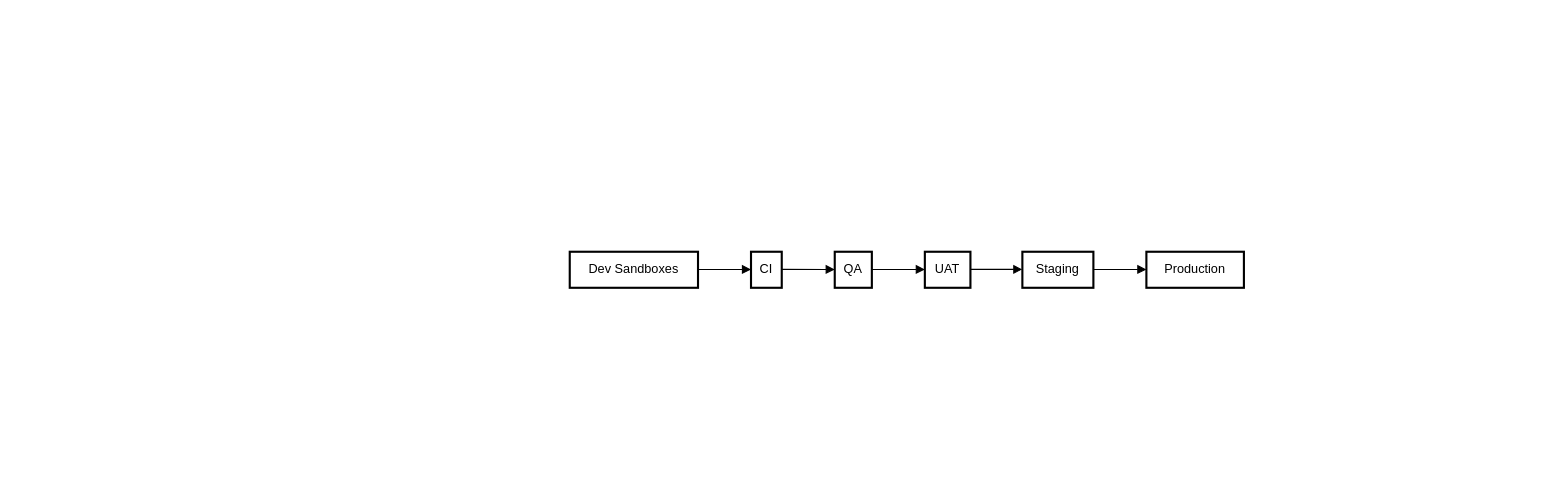
Earlier version of the draw.io diagram phase-two-pipeline.drawio (pettll/diagrams). Source tidied: cells renumbered, new cells numbered last; positions are measured from the earlier drawing's top-left corner, leaving out a move shared by most shapes. Both pictures are drawn from the tidied source at 106%, with x=0, y=0 at pixel (569, 251).
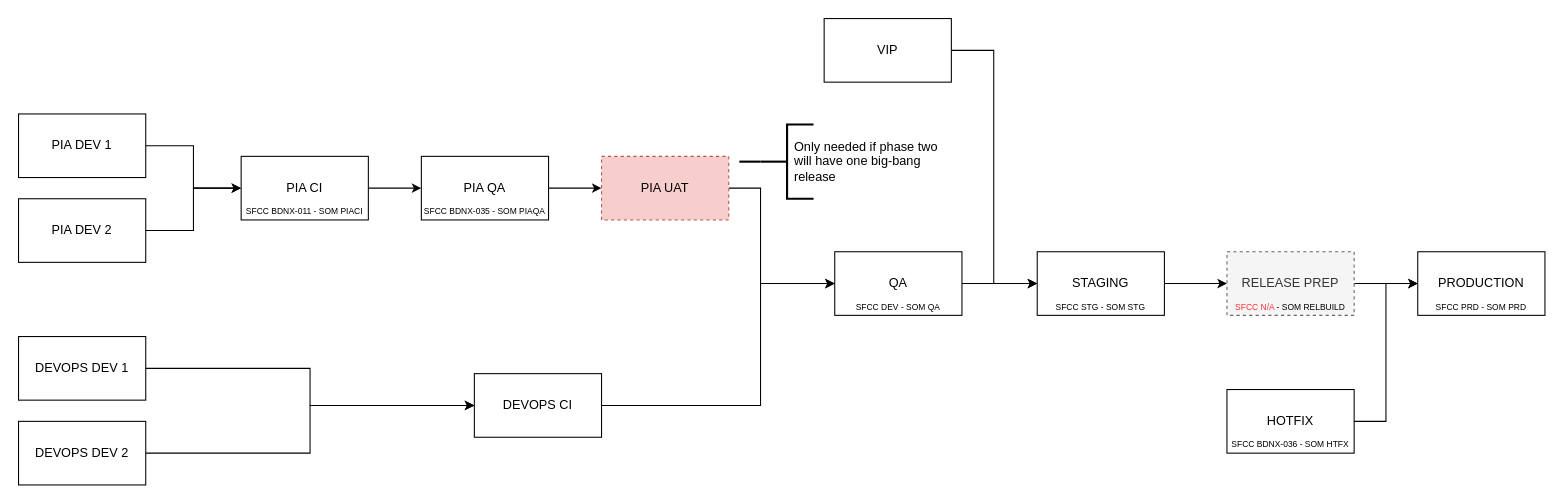
The same diagram, later.

Diff of the diagram source:
```diff
@@
-    <mxCell id="2" value="Dev Sandboxes" style="whiteSpace=wrap;strokeWidth=2;" parent="1" vertex="1">
-      <mxGeometry width="121" height="34" as="geometry" />
-    </mxCell>
-    <mxCell id="3" value="CI" style="whiteSpace=wrap;strokeWidth=2;" parent="1" vertex="1">
-      <mxGeometry x="171" width="29" height="34" as="geometry" />
-    </mxCell>
+    <mxCell id="13" style="edgeStyle=orthogonalEdgeStyle;rounded=0;jettySize=auto;html=1;entryX=0;entryY=0.5;entryDx=0;entryDy=0;" parent="1" edge="1" source="14" target="22">
+      <mxGeometry relative="1" as="geometry" />
+    </mxCell>
+    <mxCell id="14" value="PIA DEV 1" style="rounded=0;whiteSpace=wrap;html=1;" parent="1" vertex="1">
+      <mxGeometry x="-520" y="-130" width="120" height="60" as="geometry" />
+    </mxCell>
+    <mxCell id="15" style="edgeStyle=orthogonalEdgeStyle;rounded=0;jettySize=auto;html=1;" parent="1" edge="1" source="16" target="22">
+      <mxGeometry relative="1" as="geometry" />
+    </mxCell>
+    <mxCell id="16" value="PIA DEV 2" style="rounded=0;whiteSpace=wrap;html=1;" parent="1" vertex="1">
+      <mxGeometry x="-520" y="-50" width="120" height="60" as="geometry" />
+    </mxCell>
+    <mxCell id="17" style="edgeStyle=orthogonalEdgeStyle;rounded=0;jettySize=auto;html=1;entryX=0;entryY=0.5;entryDx=0;entryDy=0;" parent="1" edge="1" source="18" target="31">
+      <mxGeometry relative="1" as="geometry" />
+    </mxCell>
+    <mxCell id="18" value="DEVOPS DEV 1" style="rounded=0;whiteSpace=wrap;html=1;" parent="1" vertex="1">
+      <mxGeometry x="-520" y="80" width="120" height="60" as="geometry" />
+    </mxCell>
+    <mxCell id="19" style="edgeStyle=orthogonalEdgeStyle;rounded=0;jettySize=auto;html=1;" parent="1" edge="1" source="20" target="31">
+      <mxGeometry relative="1" as="geometry" />
+    </mxCell>
+    <mxCell id="20" value="DEVOPS DEV 2" style="rounded=0;whiteSpace=wrap;html=1;" parent="1" vertex="1">
+      <mxGeometry x="-520" y="160" width="120" height="60" as="geometry" />
+    </mxCell>
+    <mxCell id="21" style="edgeStyle=orthogonalEdgeStyle;rounded=0;jettySize=auto;html=1;entryX=0;entryY=0.5;entryDx=0;entryDy=0;" parent="1" edge="1" source="22" target="24">
+      <mxGeometry relative="1" as="geometry" />
+    </mxCell>
+    <mxCell id="22" value="PIA CI" style="rounded=0;whiteSpace=wrap;html=1;" parent="1" vertex="1">
+      <mxGeometry x="-310" y="-90" width="120" height="60" as="geometry" />
+    </mxCell>
+    <mxCell id="23" style="edgeStyle=orthogonalEdgeStyle;rounded=0;jettySize=auto;html=1;entryX=0;entryY=0.5;entryDx=0;entryDy=0;" parent="1" edge="1" source="24" target="36">
+      <mxGeometry relative="1" as="geometry" />
+    </mxCell>
+    <mxCell id="24" value="PIA QA" style="rounded=0;whiteSpace=wrap;html=1;" parent="1" vertex="1">
+      <mxGeometry x="-140" y="-90" width="120" height="60" as="geometry" />
+    </mxCell>
+    <mxCell id="25" style="edgeStyle=orthogonalEdgeStyle;rounded=0;jettySize=auto;html=1;entryX=0;entryY=0.5;entryDx=0;entryDy=0;" parent="1" edge="1" source="4" target="27">
+      <mxGeometry relative="1" as="geometry" />
+    </mxCell>
-    <mxCell id="4" value="QA" style="whiteSpace=wrap;strokeWidth=2;" parent="1" vertex="1">
-      <mxGeometry x="250" width="35" height="34" as="geometry" />
+    <mxCell id="4" value="QA" style="rounded=0;whiteSpace=wrap;html=1;" parent="1" vertex="1">
+      <mxGeometry x="250" width="120" height="60" as="geometry" />
     </mxCell>
-    <mxCell id="5" value="UAT" style="whiteSpace=wrap;strokeWidth=2;" parent="1" vertex="1">
-      <mxGeometry x="335" width="43" height="34" as="geometry" />
-    </mxCell>
-    <mxCell id="6" value="Staging" style="whiteSpace=wrap;strokeWidth=2;" parent="1" vertex="1">
-      <mxGeometry x="427" width="67" height="34" as="geometry" />
-    </mxCell>
-    <mxCell id="7" value="Production" style="whiteSpace=wrap;strokeWidth=2;" parent="1" vertex="1">
-      <mxGeometry x="544" width="92" height="34" as="geometry" />
-    </mxCell>
-    <mxCell id="8" style="curved=1;startArrow=none;endArrow=block;exitX=1;exitY=0.49;entryX=-0.01;entryY=0.49;" parent="1" edge="1" source="2" target="3">
-      <mxGeometry relative="1" as="geometry" />
-    </mxCell>
-    <mxCell id="9" style="curved=1;startArrow=none;endArrow=block;exitX=0.99;exitY=0.49;entryX=-0.01;entryY=0.49;" parent="1" edge="1" source="3" target="4">
-      <mxGeometry relative="1" as="geometry" />
-    </mxCell>
-    <mxCell id="10" style="curved=1;startArrow=none;endArrow=block;exitX=1;exitY=0.49;entryX=0;entryY=0.49;" parent="1" edge="1" source="4" target="5">
-      <mxGeometry relative="1" as="geometry" />
-    </mxCell>
-    <mxCell id="11" style="curved=1;startArrow=none;endArrow=block;exitX=0.99;exitY=0.49;entryX=0.01;entryY=0.49;" parent="1" edge="1" source="5" target="6">
-      <mxGeometry relative="1" as="geometry" />
-    </mxCell>
-    <mxCell id="12" style="curved=1;startArrow=none;endArrow=block;exitX=1;exitY=0.49;entryX=0;entryY=0.49;" parent="1" edge="1" source="6" target="7">
-      <mxGeometry relative="1" as="geometry" />
-    </mxCell>
+    <mxCell id="26" style="edgeStyle=orthogonalEdgeStyle;rounded=0;jettySize=auto;html=1;entryX=0;entryY=0.5;entryDx=0;entryDy=0;" parent="1" edge="1" source="27" target="29">
+      <mxGeometry relative="1" as="geometry" />
+    </mxCell>
+    <mxCell id="27" value="STAGING" style="rounded=0;whiteSpace=wrap;html=1;" parent="1" vertex="1">
+      <mxGeometry x="441" width="120" height="60" as="geometry" />
+    </mxCell>
+    <mxCell id="28" style="edgeStyle=orthogonalEdgeStyle;rounded=0;jettySize=auto;html=1;" parent="1" edge="1" source="29" target="32">
+      <mxGeometry relative="1" as="geometry" />
+    </mxCell>
+    <mxCell id="29" value="RELEASE PREP" style="rounded=0;whiteSpace=wrap;html=1;fillColor=#f5f5f5;fontColor=#333333;strokeColor=#666666;dashed=1;" parent="1" vertex="1">
+      <mxGeometry x="620" width="120" height="60" as="geometry" />
+    </mxCell>
+    <mxCell id="30" style="edgeStyle=orthogonalEdgeStyle;rounded=0;jettySize=auto;html=1;entryX=0;entryY=0.5;entryDx=0;entryDy=0;" parent="1" edge="1" source="31" target="4">
+      <mxGeometry relative="1" as="geometry">
+        <Array as="points">
+          <mxPoint x="180" y="145" />
+          <mxPoint x="180" y="30" />
+        </Array>
+      </mxGeometry>
+    </mxCell>
+    <mxCell id="31" value="DEVOPS CI" style="rounded=0;whiteSpace=wrap;html=1;" parent="1" vertex="1">
+      <mxGeometry x="-90" y="115" width="120" height="60" as="geometry" />
+    </mxCell>
+    <mxCell id="32" value="PRODUCTION" style="rounded=0;whiteSpace=wrap;html=1;" parent="1" vertex="1">
+      <mxGeometry x="800" width="120" height="60" as="geometry" />
+    </mxCell>
+    <mxCell id="33" style="edgeStyle=orthogonalEdgeStyle;rounded=0;jettySize=auto;html=1;entryX=0;entryY=0.5;entryDx=0;entryDy=0;" parent="1" edge="1" source="34" target="27">
+      <mxGeometry relative="1" as="geometry">
+        <Array as="points">
+          <mxPoint x="400" y="-190" />
+          <mxPoint x="400" y="30" />
+        </Array>
+      </mxGeometry>
+    </mxCell>
+    <mxCell id="34" value="VIP" style="rounded=0;whiteSpace=wrap;html=1;" parent="1" vertex="1">
+      <mxGeometry x="240" y="-220" width="120" height="60" as="geometry" />
+    </mxCell>
+    <mxCell id="35" style="edgeStyle=orthogonalEdgeStyle;rounded=0;jettySize=auto;html=1;entryX=0;entryY=0.5;entryDx=0;entryDy=0;" parent="1" edge="1" source="36" target="4">
+      <mxGeometry relative="1" as="geometry">
+        <Array as="points">
+          <mxPoint x="180" y="-60" />
+          <mxPoint x="180" y="30" />
+        </Array>
+      </mxGeometry>
+    </mxCell>
+    <mxCell id="36" value="PIA UAT" style="rounded=0;whiteSpace=wrap;html=1;fillColor=#f8cecc;strokeColor=#b85450;dashed=1;" parent="1" vertex="1">
+      <mxGeometry x="30" y="-90" width="120" height="60" as="geometry" />
+    </mxCell>
+    <mxCell id="37" value="SFCC BDNX-011 - SOM PIACI" style="text;html=1;align=center;verticalAlign=bottom;whiteSpace=wrap;rounded=0;fontSize=8;" parent="1" vertex="1">
+      <mxGeometry x="-310" y="-50" width="120" height="20" as="geometry" />
+    </mxCell>
+    <mxCell id="38" value="SFCC BDNX-035 - SOM PIAQA" style="text;html=1;align=center;verticalAlign=bottom;whiteSpace=wrap;rounded=0;fontSize=8;" parent="1" vertex="1">
+      <mxGeometry x="-140" y="-50" width="120" height="20" as="geometry" />
+    </mxCell>
+    <mxCell id="39" value="SFCC DEV - SOM QA" style="text;html=1;align=center;verticalAlign=bottom;whiteSpace=wrap;rounded=0;fontSize=8;" parent="1" vertex="1">
+      <mxGeometry x="250" y="40" width="120" height="20" as="geometry" />
+    </mxCell>
+    <mxCell id="40" value="SFCC STG - SOM STG" style="text;html=1;align=center;verticalAlign=bottom;whiteSpace=wrap;rounded=0;fontSize=8;" parent="1" vertex="1">
+      <mxGeometry x="441" y="40" width="120" height="20" as="geometry" />
+    </mxCell>
+    <mxCell id="41" value="SFCC PRD - SOM PRD" style="text;html=1;align=center;verticalAlign=bottom;whiteSpace=wrap;rounded=0;fontSize=8;" parent="1" vertex="1">
+      <mxGeometry x="800" y="40" width="120" height="20" as="geometry" />
+    </mxCell>
+    <mxCell id="42" value="&lt;font color=&quot;#ff3333&quot;&gt;SFCC N/A&lt;/font&gt; - SOM RELBUILD" style="text;html=1;align=center;verticalAlign=bottom;whiteSpace=wrap;rounded=0;fontSize=8;" parent="1" vertex="1">
+      <mxGeometry x="620" y="40" width="120" height="20" as="geometry" />
+    </mxCell>
+    <mxCell id="43" style="edgeStyle=orthogonalEdgeStyle;rounded=0;jettySize=auto;html=1;entryX=0;entryY=0.5;entryDx=0;entryDy=0;" parent="1" edge="1" source="44" target="32">
+      <mxGeometry relative="1" as="geometry" />
+    </mxCell>
+    <mxCell id="44" value="HOTFIX" style="rounded=0;whiteSpace=wrap;html=1;" parent="1" vertex="1">
+      <mxGeometry x="620" y="130" width="120" height="60" as="geometry" />
+    </mxCell>
+    <mxCell id="45" value="SFCC BDNX-036 - SOM HTFX" style="text;html=1;align=center;verticalAlign=bottom;whiteSpace=wrap;rounded=0;fontSize=8;" parent="1" vertex="1">
+      <mxGeometry x="620" y="170" width="120" height="20" as="geometry" />
+    </mxCell>
+    <mxCell id="46" style="edgeStyle=orthogonalEdgeStyle;rounded=0;jettySize=auto;html=1;strokeWidth=2;endArrow=none;endFill=0;" parent="1" edge="1" source="47">
+      <mxGeometry relative="1" as="geometry">
+        <mxPoint x="160" y="-85" as="targetPoint" />
+      </mxGeometry>
+    </mxCell>
+    <mxCell id="47" style="strokeWidth=2;html=1;shape=mxgraph.flowchart.annotation_2;align=left;labelPosition=right;rotation=0;" parent="1" vertex="1">
+      <mxGeometry x="180" y="-120" width="50" height="70" as="geometry" />
+    </mxCell>
+    <mxCell id="48" value="Only needed if phase two&lt;div&gt;will have one big-bang release&lt;/div&gt;" style="text;html=1;align=left;verticalAlign=middle;whiteSpace=wrap;rounded=0;" parent="1" vertex="1">
+      <mxGeometry x="210" y="-100" width="150" height="30" as="geometry" />
+    </mxCell>
```
